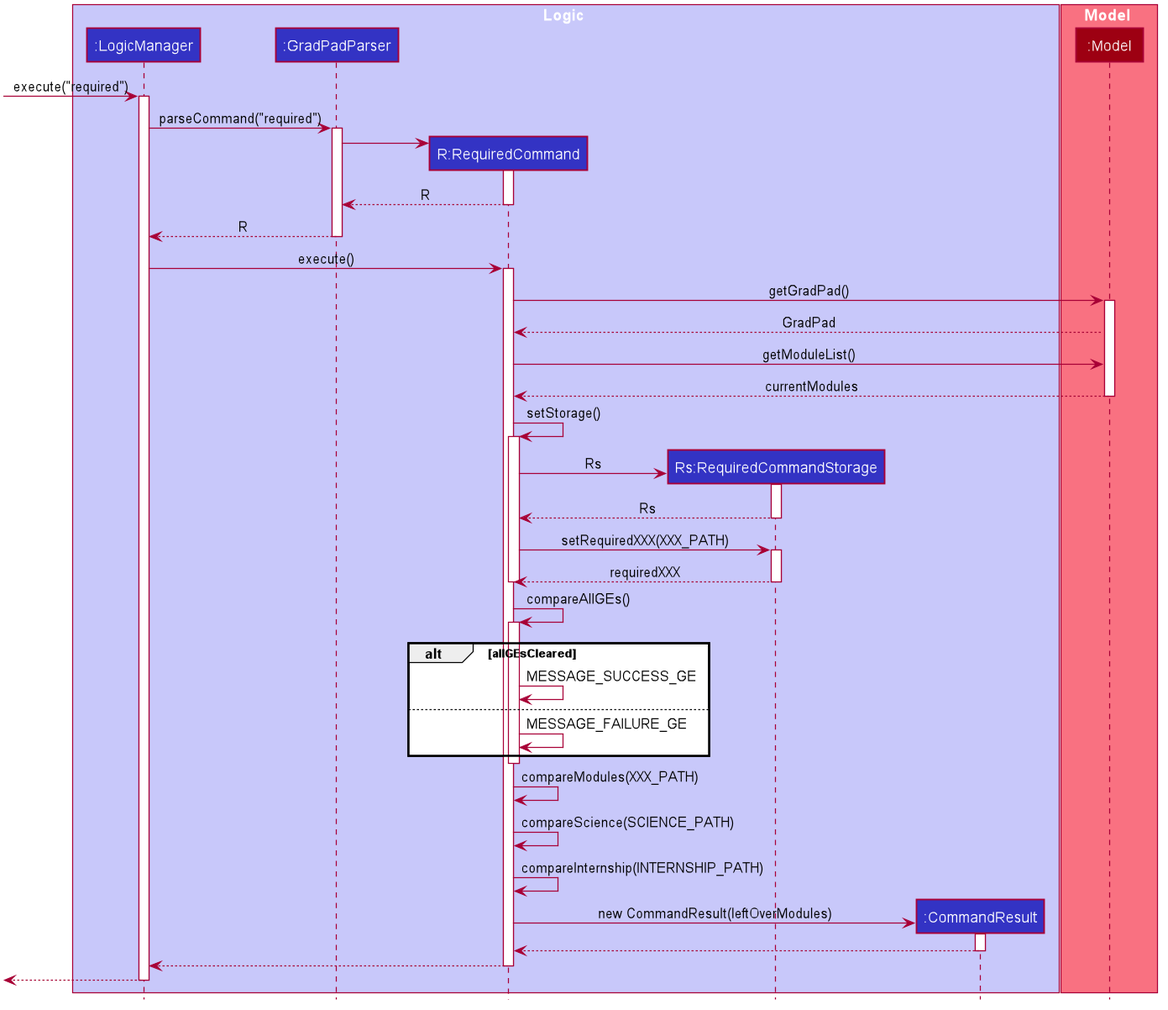
Before: docs/images/RequiredSequenceDiagram.png, a diagram exported from PlantUML (yan-soon/tp).
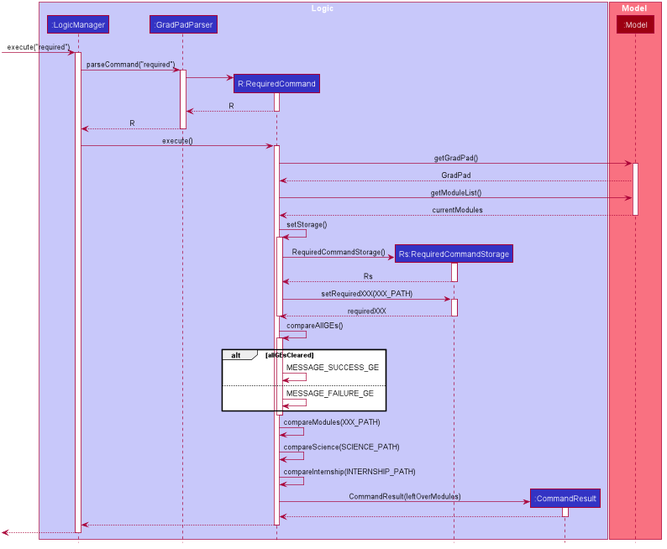
The same diagram one commit later.

The edit, as a diff of the source:
```diff
@@ -94,7 +94,7 @@
 activate RequiredCommand
 
 create RequiredCommandStorage
-RequiredCommand -> RequiredCommandStorage : Rs
+RequiredCommand -> RequiredCommandStorage : RequiredCommandStorage()
 activate RequiredCommandStorage
 
 RequiredCommandStorage --> RequiredCommand :Rs
@@ -124,7 +124,7 @@
 RequiredCommand -> RequiredCommand : compareInternship(INTERNSHIP_PATH)
 
 create CommandResult
-RequiredCommand -> CommandResult : new CommandResult(leftOverModules)
+RequiredCommand -> CommandResult : CommandResult(leftOverModules)
 activate CommandResult
 
 CommandResult --> RequiredCommand
```
